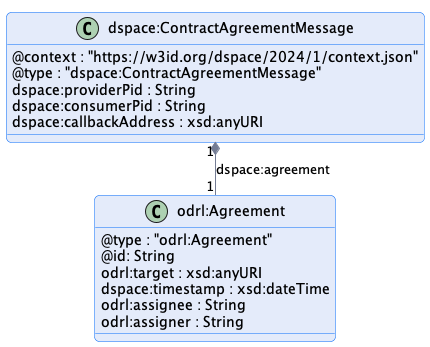
The PlantUML diagram specifications/negotiation/message/diagram/contract-agreement-message.png in eclipse-dataspace-protocol-base/DataspaceProtocol, before a commit.
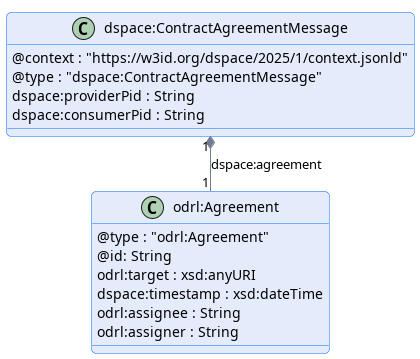
The same diagram one commit later.

Commit message:
fix: removes callbackAddress from ContractAgreementMessage

What changed in the source:
```diff
@@ -7,11 +7,10 @@
 
 
 class "dspace:ContractAgreementMessage" {
-    @context : "https://w3id.org/dspace/2024/1/context.json"
+    @context : "https://w3id.org/dspace/2025/1/context.jsonld"
     @type : "dspace:ContractAgreementMessage"
     dspace:providerPid : String
     dspace:consumerPid : String
-    dspace:callbackAddress : xsd:anyURI
 }
 
 class odrl:Agreement {
```
